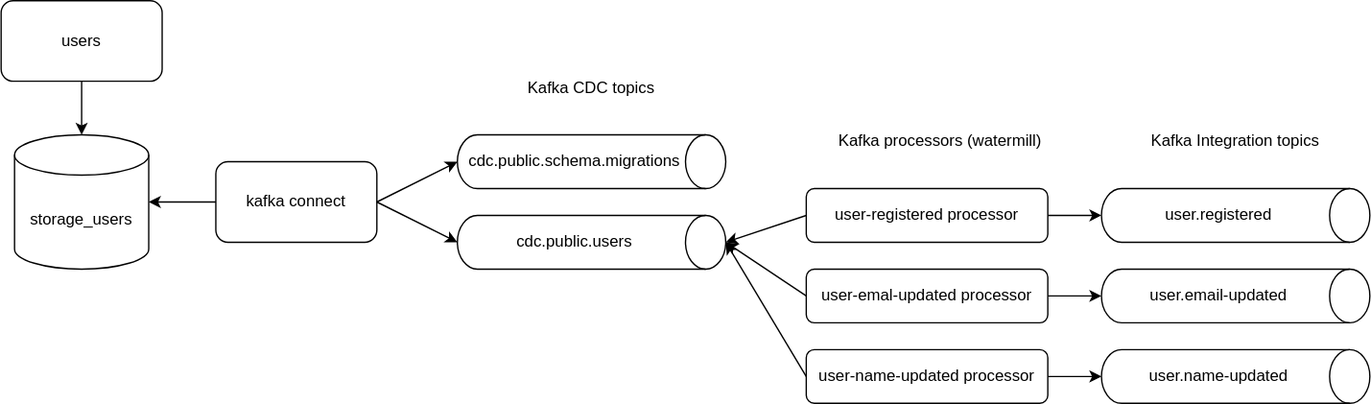
This is docs/design.drawio.svg from Turao/study, a draw.io export, as it was before one commit. Source tidied: cells renumbered, new cells last; positions are measured from the earlier drawing's top-left corner, leaving out a move shared by most shapes.
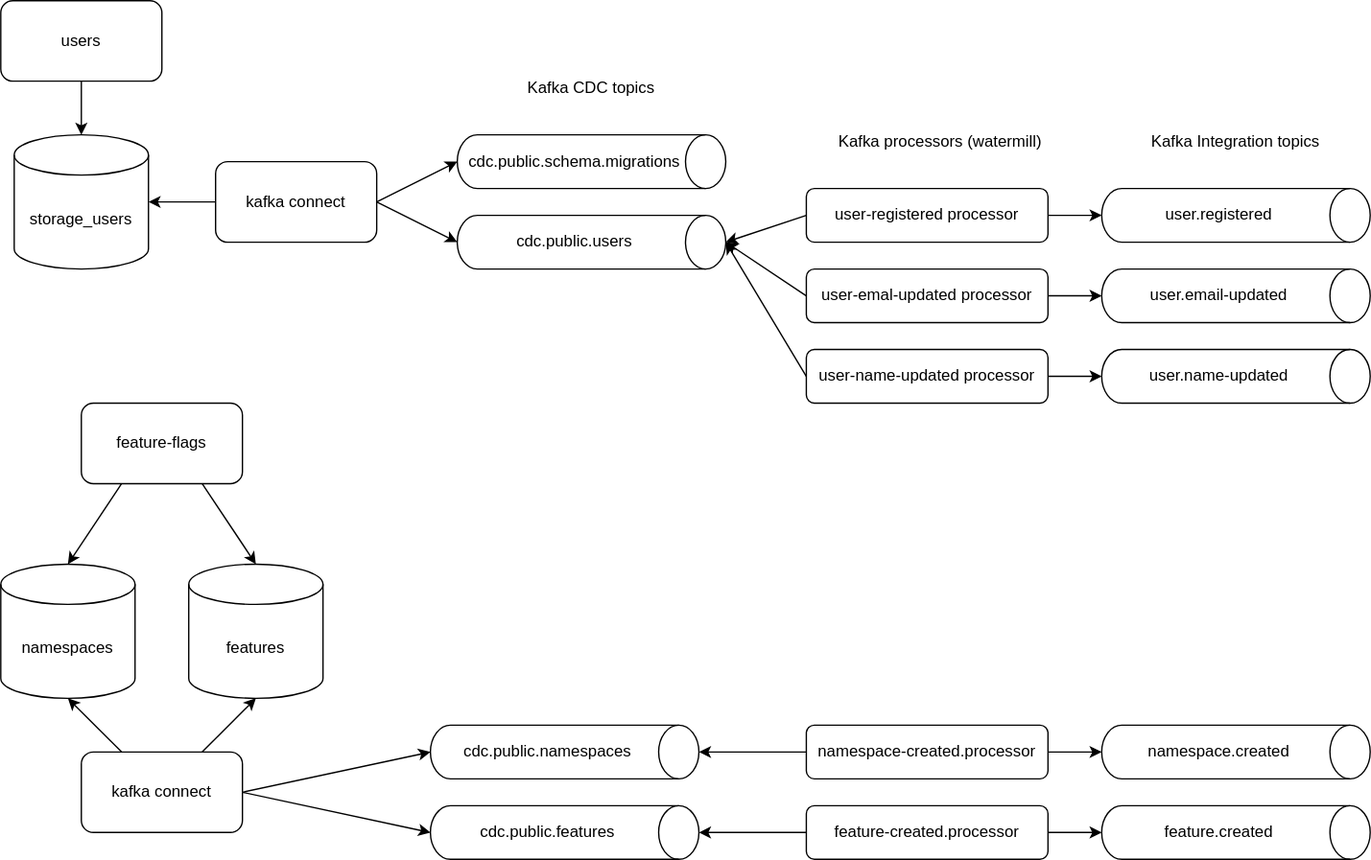
Above is the later version.

Diff of the diagram source:
```diff
@@ -74,5 +74,65 @@
     <mxCell id="25" value="Kafka processors (watermill)" style="text;html=1;strokeColor=none;fillColor=none;align=center;verticalAlign=middle;whiteSpace=wrap;rounded=0;fontColor=#000000;" parent="1" vertex="1">
       <mxGeometry x="600" y="90" width="200" height="30" as="geometry" />
     </mxCell>
+    <mxCell id="26" style="edgeStyle=none;html=1;exitX=0.25;exitY=1;exitDx=0;exitDy=0;entryX=0.5;entryY=0;entryDx=0;entryDy=0;entryPerimeter=0;strokeColor=#000000;" parent="1" edge="1" source="28" target="29">
+      <mxGeometry relative="1" as="geometry" />
+    </mxCell>
+    <mxCell id="27" style="edgeStyle=none;html=1;exitX=0.75;exitY=1;exitDx=0;exitDy=0;entryX=0.5;entryY=0;entryDx=0;entryDy=0;entryPerimeter=0;strokeColor=#000000;" parent="1" edge="1" source="28" target="30">
+      <mxGeometry relative="1" as="geometry" />
+    </mxCell>
+    <mxCell id="28" value="&lt;font color=&quot;#000000&quot;&gt;feature-flags&lt;/font&gt;" style="rounded=1;whiteSpace=wrap;html=1;fillColor=none;strokeColor=#000000;" parent="1" vertex="1">
+      <mxGeometry x="60" y="300" width="120" height="60" as="geometry" />
+    </mxCell>
+    <mxCell id="29" value="namespaces" style="shape=cylinder3;whiteSpace=wrap;html=1;boundedLbl=1;backgroundOutline=1;size=15;strokeColor=#000000;fontColor=#000000;fillColor=none;" parent="1" vertex="1">
+      <mxGeometry y="420" width="100" height="100" as="geometry" />
+    </mxCell>
+    <mxCell id="30" value="features" style="shape=cylinder3;whiteSpace=wrap;html=1;boundedLbl=1;backgroundOutline=1;size=15;strokeColor=#000000;fontColor=#000000;fillColor=none;" parent="1" vertex="1">
+      <mxGeometry x="140" y="420" width="100" height="100" as="geometry" />
+    </mxCell>
+    <mxCell id="31" style="edgeStyle=none;html=1;exitX=0.75;exitY=0;exitDx=0;exitDy=0;entryX=0.5;entryY=1;entryDx=0;entryDy=0;entryPerimeter=0;strokeColor=#000000;" parent="1" edge="1" source="35" target="30">
+      <mxGeometry relative="1" as="geometry" />
+    </mxCell>
+    <mxCell id="32" style="edgeStyle=none;html=1;exitX=0.25;exitY=0;exitDx=0;exitDy=0;entryX=0.5;entryY=1;entryDx=0;entryDy=0;entryPerimeter=0;strokeColor=#000000;" parent="1" edge="1" source="35" target="29">
+      <mxGeometry relative="1" as="geometry" />
+    </mxCell>
+    <mxCell id="33" style="edgeStyle=none;html=1;strokeColor=#000000;entryX=0.5;entryY=1;entryDx=0;entryDy=0;entryPerimeter=0;exitX=1;exitY=0.5;exitDx=0;exitDy=0;" parent="1" edge="1" source="35" target="36">
+      <mxGeometry relative="1" as="geometry" />
+    </mxCell>
+    <mxCell id="34" style="edgeStyle=none;html=1;exitX=1;exitY=0.5;exitDx=0;exitDy=0;entryX=0.5;entryY=1;entryDx=0;entryDy=0;entryPerimeter=0;strokeColor=#000000;" parent="1" edge="1" source="35" target="37">
+      <mxGeometry relative="1" as="geometry" />
+    </mxCell>
+    <mxCell id="35" value="&lt;font color=&quot;#000000&quot;&gt;kafka connect&lt;/font&gt;" style="rounded=1;whiteSpace=wrap;html=1;fillColor=none;strokeColor=#000000;" parent="1" vertex="1">
+      <mxGeometry x="60" y="560" width="120" height="60" as="geometry" />
+    </mxCell>
+    <mxCell id="36" value="cdc.public.namespaces" style="shape=cylinder3;whiteSpace=wrap;html=1;boundedLbl=1;backgroundOutline=1;size=15;strokeColor=#000000;fontColor=#000000;fillColor=none;direction=south;" parent="1" vertex="1">
+      <mxGeometry x="320" y="540" width="200" height="40" as="geometry" />
+    </mxCell>
+    <mxCell id="37" value="cdc.public.features" style="shape=cylinder3;whiteSpace=wrap;html=1;boundedLbl=1;backgroundOutline=1;size=15;strokeColor=#000000;fontColor=#000000;fillColor=none;direction=south;" parent="1" vertex="1">
+      <mxGeometry x="320" y="600" width="200" height="40" as="geometry" />
+    </mxCell>
+    <mxCell id="38" style="edgeStyle=none;html=1;strokeColor=#000000;" parent="1" edge="1" source="40" target="36">
+      <mxGeometry relative="1" as="geometry" />
+    </mxCell>
+    <mxCell id="39" style="edgeStyle=none;html=1;strokeColor=#000000;" parent="1" edge="1" source="40" target="44">
+      <mxGeometry relative="1" as="geometry" />
+    </mxCell>
+    <mxCell id="40" value="&lt;font color=&quot;#000000&quot;&gt;namespace-created.processor&lt;/font&gt;" style="rounded=1;whiteSpace=wrap;html=1;fillColor=none;strokeColor=#000000;" parent="1" vertex="1">
+      <mxGeometry x="600" y="540" width="180" height="40" as="geometry" />
+    </mxCell>
+    <mxCell id="41" style="edgeStyle=none;html=1;strokeColor=#000000;" parent="1" edge="1" source="43" target="37">
+      <mxGeometry relative="1" as="geometry" />
+    </mxCell>
+    <mxCell id="42" style="edgeStyle=none;html=1;strokeColor=#000000;" parent="1" edge="1" source="43" target="45">
+      <mxGeometry relative="1" as="geometry" />
+    </mxCell>
+    <mxCell id="43" value="&lt;font color=&quot;#000000&quot;&gt;feature-created.processor&lt;/font&gt;" style="rounded=1;whiteSpace=wrap;html=1;fillColor=none;strokeColor=#000000;" parent="1" vertex="1">
+      <mxGeometry x="600" y="600" width="180" height="40" as="geometry" />
+    </mxCell>
+    <mxCell id="44" value="namespace.created" style="shape=cylinder3;whiteSpace=wrap;html=1;boundedLbl=1;backgroundOutline=1;size=15;strokeColor=#000000;fontColor=#000000;fillColor=none;direction=south;" parent="1" vertex="1">
+      <mxGeometry x="820" y="540" width="200" height="40" as="geometry" />
+    </mxCell>
+    <mxCell id="45" value="feature.created" style="shape=cylinder3;whiteSpace=wrap;html=1;boundedLbl=1;backgroundOutline=1;size=15;strokeColor=#000000;fontColor=#000000;fillColor=none;direction=south;" parent="1" vertex="1">
+      <mxGeometry x="820" y="600" width="200" height="40" as="geometry" />
+    </mxCell>
   </root>
 </mxGraphModel>
```
